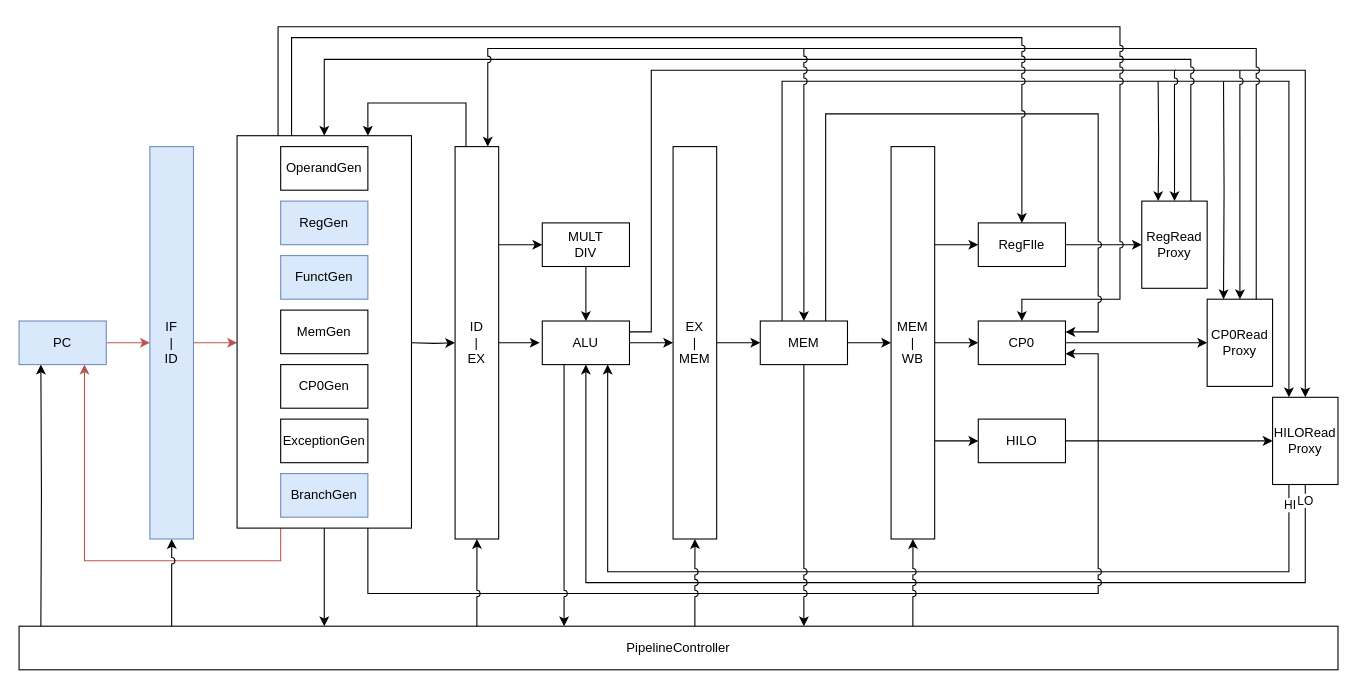
Above: CS/ExternMIPS/分支跳转指令/J.drawio in umiskky/Diagrams (draw.io), before the change. Source tidied: cells renumbered, new cells numbered last; positions are measured from the earlier drawing's top-left corner, leaving out a move shared by most shapes. Both pictures are drawn from the tidied source at 109%, with x=0, y=0 at pixel (19, 26).
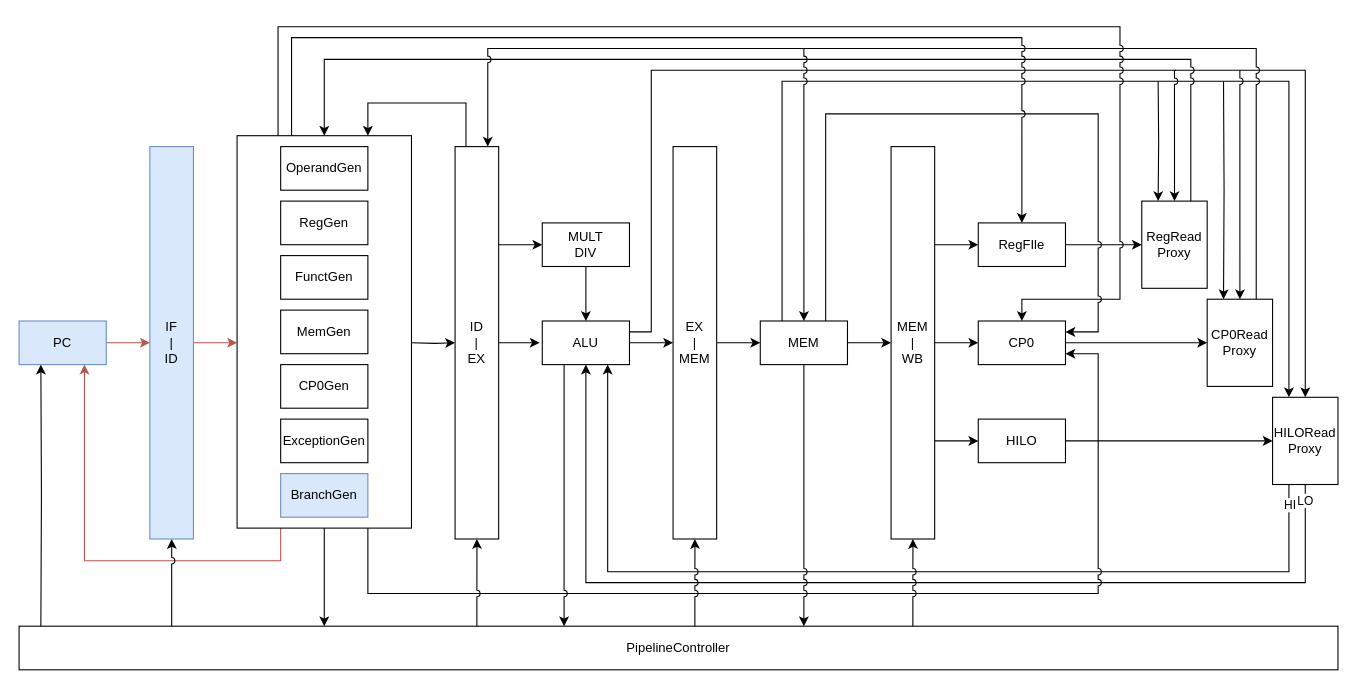
The same page after the edit.

Change to the diagram source:
```diff
@@
-    <mxCell id="64" value="FunctGen" style="rounded=0;whiteSpace=wrap;html=1;fillColor=#dae8fc;strokeColor=#6c8ebf;" parent="1" vertex="1">
+    <mxCell id="64" value="FunctGen" style="rounded=0;whiteSpace=wrap;html=1;" parent="1" vertex="1">
       <mxGeometry x="240" y="210" width="80" height="40" as="geometry" />
     </mxCell>
@@
-    <mxCell id="67" value="RegGen" style="rounded=0;whiteSpace=wrap;html=1;fillColor=#dae8fc;strokeColor=#6c8ebf;" parent="1" vertex="1">
+    <mxCell id="67" value="RegGen" style="rounded=0;whiteSpace=wrap;html=1;" parent="1" vertex="1">
       <mxGeometry x="240" y="160" width="80" height="40" as="geometry" />
     </mxCell>
```
